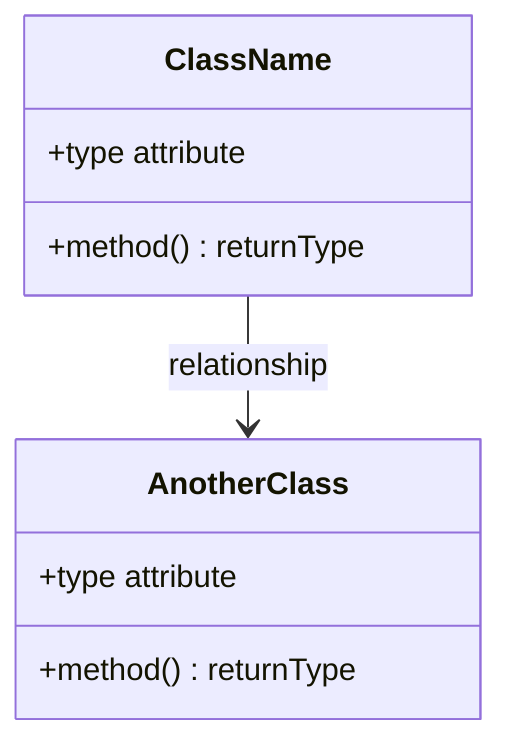
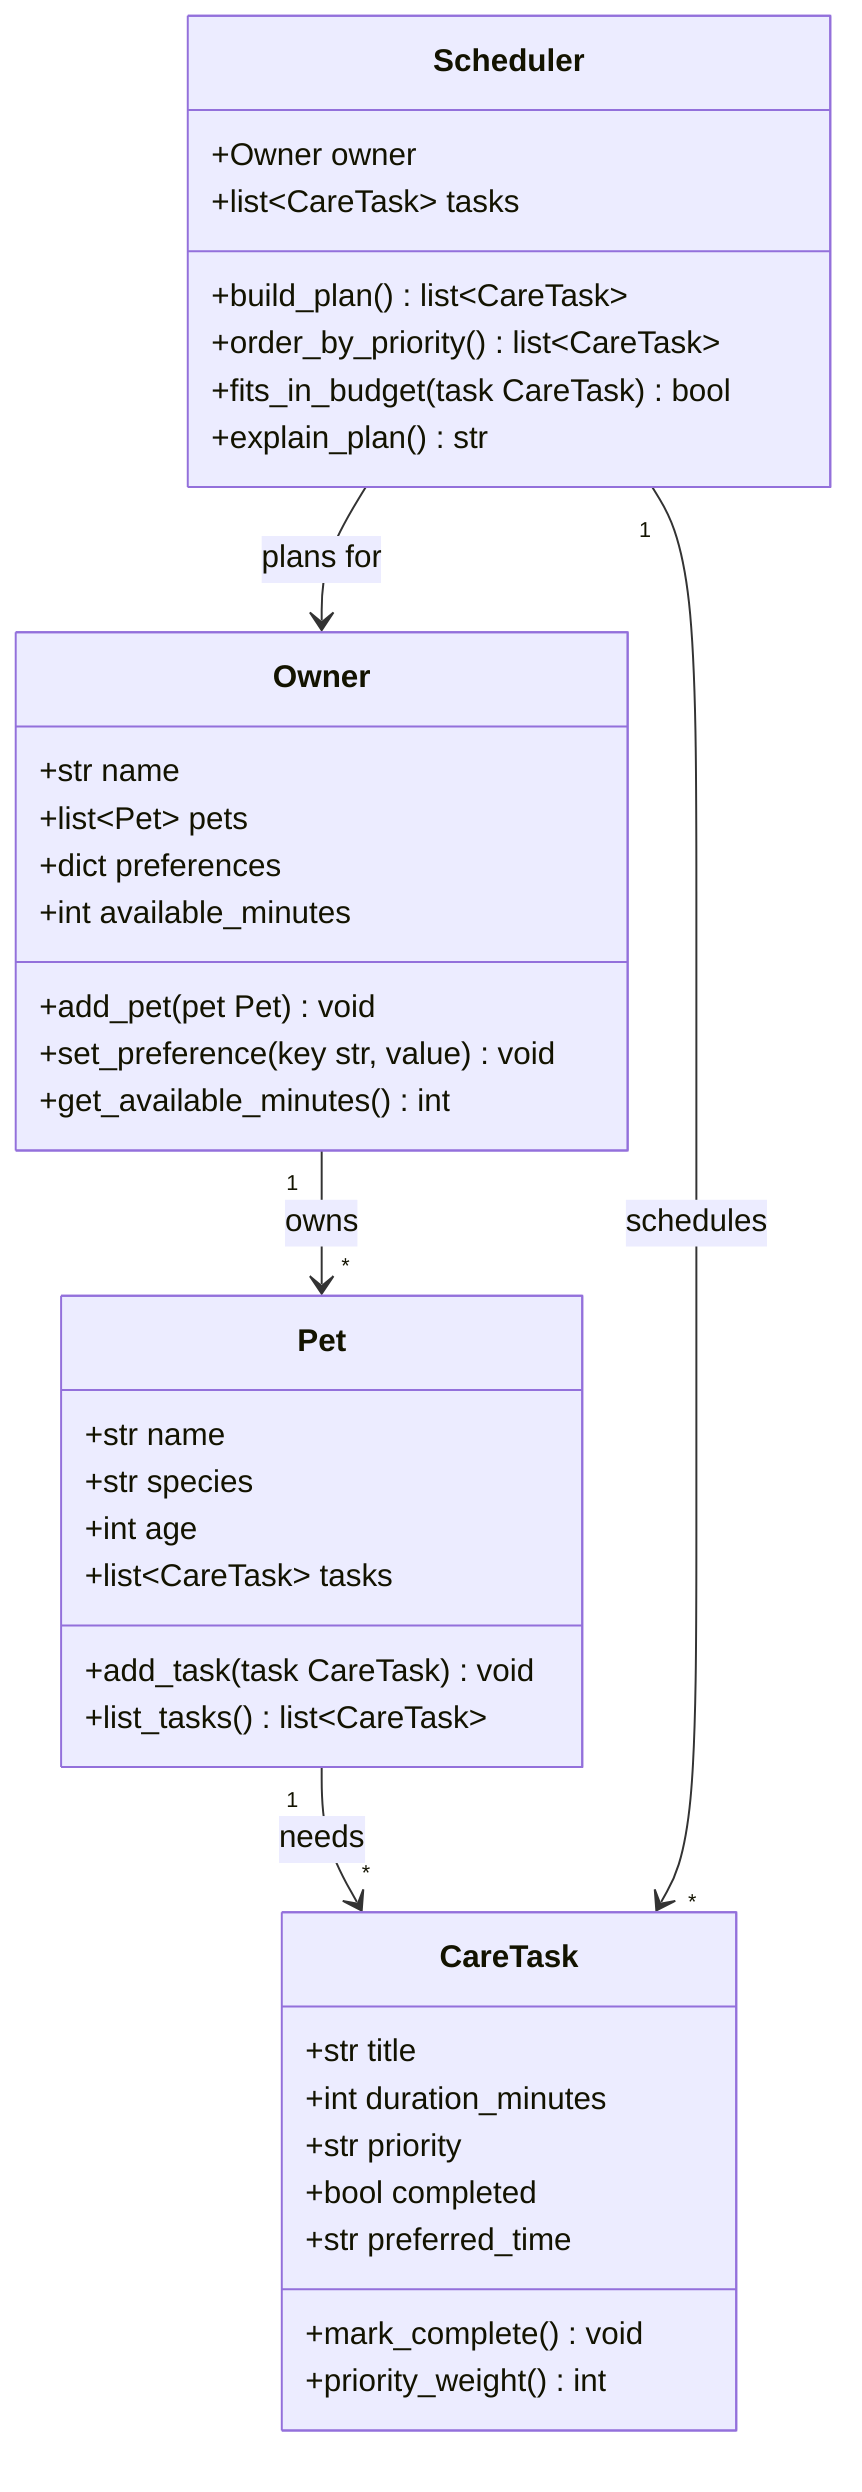
classDiagram
-     %% Replace the placeholders below with your actual classes, attributes, methods, and relationships.
-     %% Keep this file updated so it matches your final implementation.
+     %% PawPal+ — pet care planning assistant
+     %% Four core classes: Owner, Pet, CareTask, Scheduler

-     class ClassName {
-         +type attribute
-         +method() returnType
+     class Owner {
+         +str name
+         +list~Pet~ pets
+         +dict preferences
+         +int available_minutes
+         +add_pet(pet Pet) void
+         +set_preference(key str, value) void
+         +get_available_minutes() int
    }

-     class AnotherClass {
-         +type attribute
-         +method() returnType
+     class Pet {
+         +str name
+         +str species
+         +int age
+         +list~CareTask~ tasks
+         +add_task(task CareTask) void
+         +list_tasks() list~CareTask~
    }

-     ClassName --> AnotherClass : relationship
+     class CareTask {
+         +str title
+         +int duration_minutes
+         +str priority
+         +bool completed
+         +str preferred_time
+         +mark_complete() void
+         +priority_weight() int
+     }
+ 
+     class Scheduler {
+         +Owner owner
+         +list~CareTask~ tasks
+         +build_plan() list~CareTask~
+         +order_by_priority() list~CareTask~
+         +fits_in_budget(task CareTask) bool
+         +explain_plan() str
+     }
+ 
+     Owner "1" --> "*" Pet : owns
+     Pet "1" --> "*" CareTask : needs
+     Scheduler --> Owner : plans for
+     Scheduler "1" --> "*" CareTask : schedules
